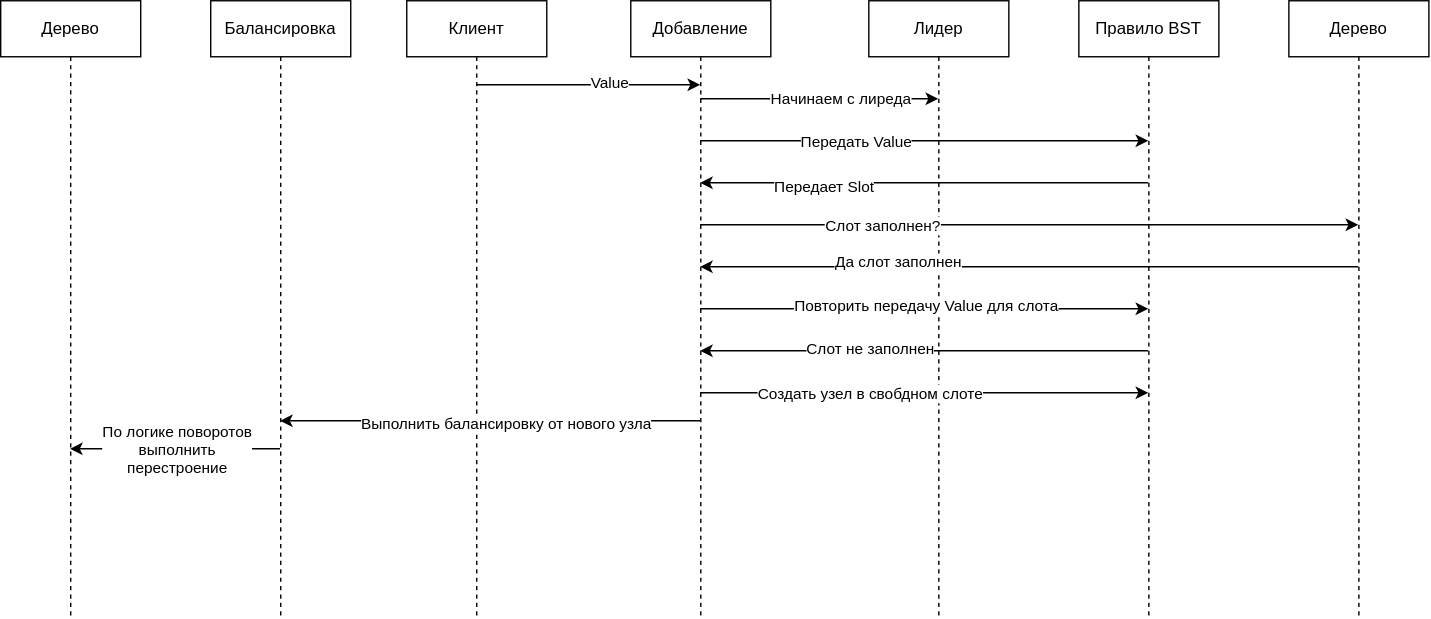
The draw.io diagram База/Структуры данных/2. Быстро находить данные и проверять условия/2.3. Проверять принадлежность и уникальность/Множество (Set)/TreeSetAvl.sequence.drawio.svg in kosukhin/catalog, before a commit. Source tidied: cells renumbered, new cells last; positions are measured from the earlier drawing's top-left corner, leaving out a move shared by most shapes.
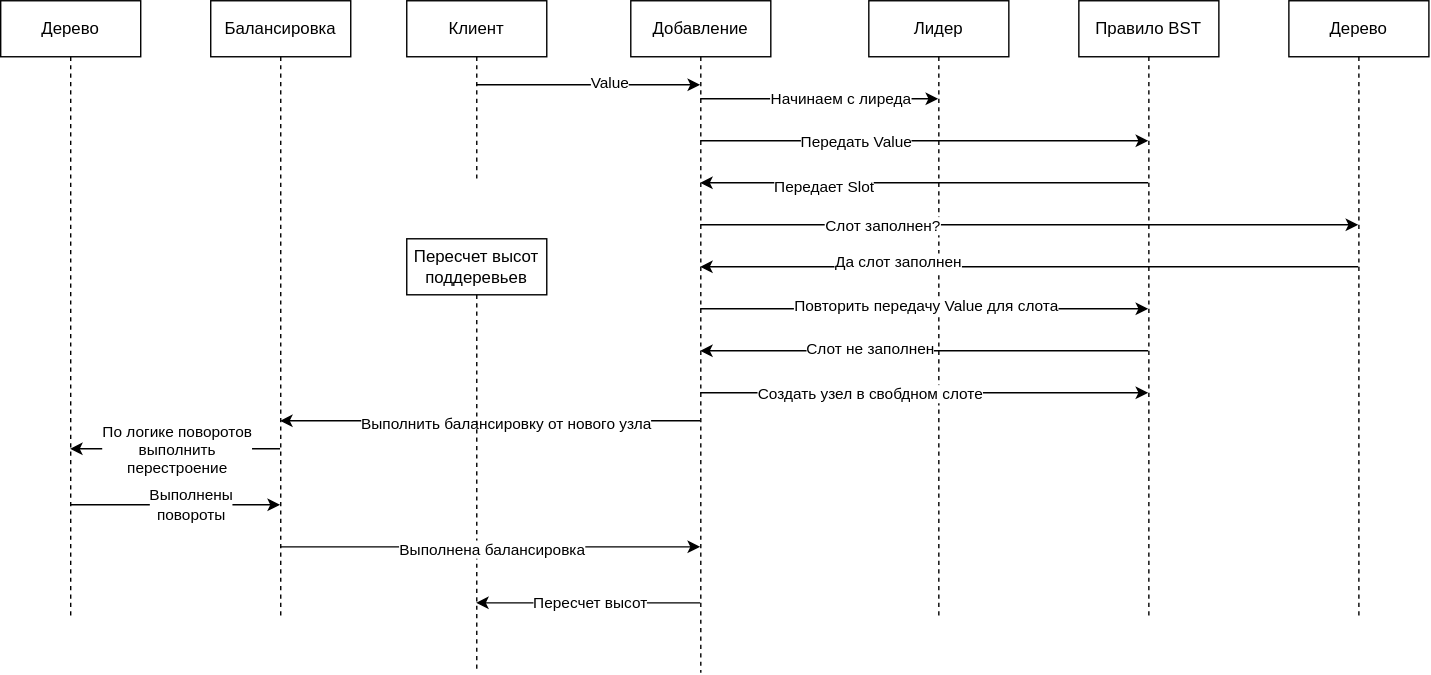
The same diagram one commit later.

What changed in the source:
```diff
@@ -3,10 +3,10 @@
     <mxCell id="0" />
     <mxCell id="1" parent="0" />
     <mxCell id="2" value="Клиент" style="shape=umlLifeline;perimeter=lifelinePerimeter;whiteSpace=wrap;html=1;outlineConnect=0;portConstraint=eastwest;newEdgeStyle={&quot;edgeStyle&quot;:&quot;sequenceEdgeStyle&quot;,&quot;libavoidRouting&quot;:0,&quot;curved&quot;:0,&quot;rounded&quot;:0};" parent="1" vertex="1">
-      <mxGeometry x="290" width="100" height="440" as="geometry" />
+      <mxGeometry x="290" width="100" height="130" as="geometry" />
     </mxCell>
     <mxCell id="3" value="Добавление" style="shape=umlLifeline;perimeter=lifelinePerimeter;whiteSpace=wrap;html=1;outlineConnect=0;portConstraint=eastwest;newEdgeStyle={&quot;edgeStyle&quot;:&quot;sequenceEdgeStyle&quot;,&quot;libavoidRouting&quot;:0,&quot;curved&quot;:0,&quot;rounded&quot;:0};" parent="1" vertex="1">
-      <mxGeometry x="450" width="100" height="440" as="geometry" />
+      <mxGeometry x="450" width="100" height="480" as="geometry" />
     </mxCell>
     <mxCell id="4" style="edgeStyle=sequenceEdgeStyle;html=1;libavoidRouting=0;curved=0;rounded=0;" parent="1" edge="1" source="2" target="3">
       <mxGeometry relative="1" as="geometry">
@@ -145,5 +145,42 @@
         <mxPoint x="-15" as="offset" />
       </mxGeometry>
     </mxCell>
+    <mxCell id="31" value="Пересчет высот поддеревьев" style="shape=umlLifeline;perimeter=lifelinePerimeter;whiteSpace=wrap;html=1;outlineConnect=0;portConstraint=eastwest;newEdgeStyle={&quot;edgeStyle&quot;:&quot;sequenceEdgeStyle&quot;,&quot;libavoidRouting&quot;:0,&quot;curved&quot;:0,&quot;rounded&quot;:0};" parent="1" vertex="1">
+      <mxGeometry x="290" y="170" width="100" height="310" as="geometry" />
+    </mxCell>
+    <mxCell id="32" style="edgeStyle=sequenceEdgeStyle;html=1;libavoidRouting=0;curved=0;rounded=0;" parent="1" edge="1" source="28" target="25">
+      <mxGeometry relative="1" as="geometry">
+        <Array as="points">
+          <mxPoint x="190" y="360" />
+        </Array>
+      </mxGeometry>
+    </mxCell>
+    <mxCell id="33" value="Выполнены&amp;nbsp;&lt;div&gt;повороты&lt;/div&gt;" style="edgeLabel;html=1;align=center;verticalAlign=middle;" parent="32" vertex="1">
+      <mxGeometry x="0.14" y="1" relative="1" as="geometry" />
+    </mxCell>
+    <mxCell id="34" style="edgeStyle=sequenceEdgeStyle;html=1;libavoidRouting=0;curved=0;rounded=0;" parent="1" edge="1" source="25" target="3">
+      <mxGeometry relative="1" as="geometry">
+        <Array as="points">
+          <mxPoint x="480" y="390" />
+        </Array>
+      </mxGeometry>
+    </mxCell>
+    <mxCell id="35" value="Выполнена балансировка" style="edgeLabel;html=1;align=center;verticalAlign=middle;" parent="34" vertex="1">
+      <mxGeometry x="-0.25" y="-1" relative="1" as="geometry">
+        <mxPoint x="38" as="offset" />
+      </mxGeometry>
+    </mxCell>
+    <mxCell id="36" style="edgeStyle=sequenceEdgeStyle;html=1;libavoidRouting=0;curved=0;rounded=0;" parent="1" edge="1" source="3" target="31">
+      <mxGeometry relative="1" as="geometry">
+        <Array as="points">
+          <mxPoint x="350" y="430" />
+        </Array>
+      </mxGeometry>
+    </mxCell>
+    <mxCell id="37" value="Пересчет высот" style="edgeLabel;html=1;align=center;verticalAlign=middle;" parent="36" vertex="1">
+      <mxGeometry x="-0.28" y="-1" relative="1" as="geometry">
+        <mxPoint x="-21" as="offset" />
+      </mxGeometry>
+    </mxCell>
   </root>
 </mxGraphModel>
```
